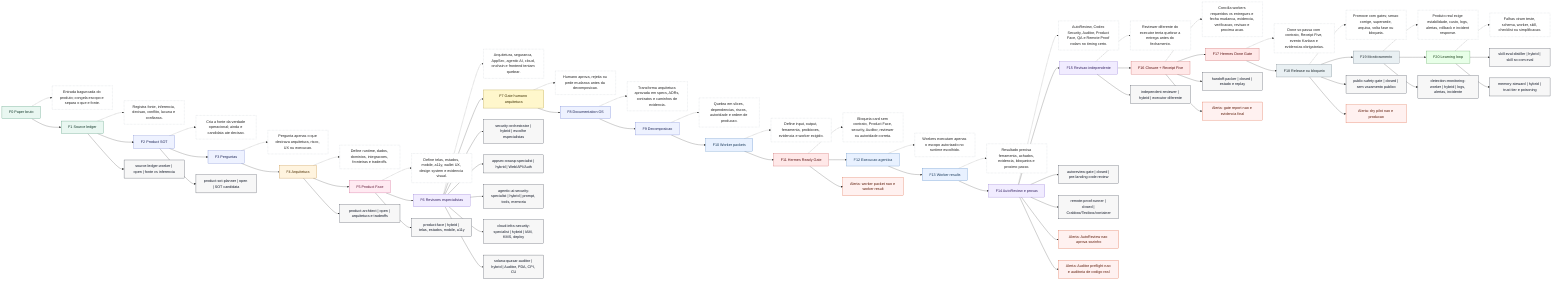
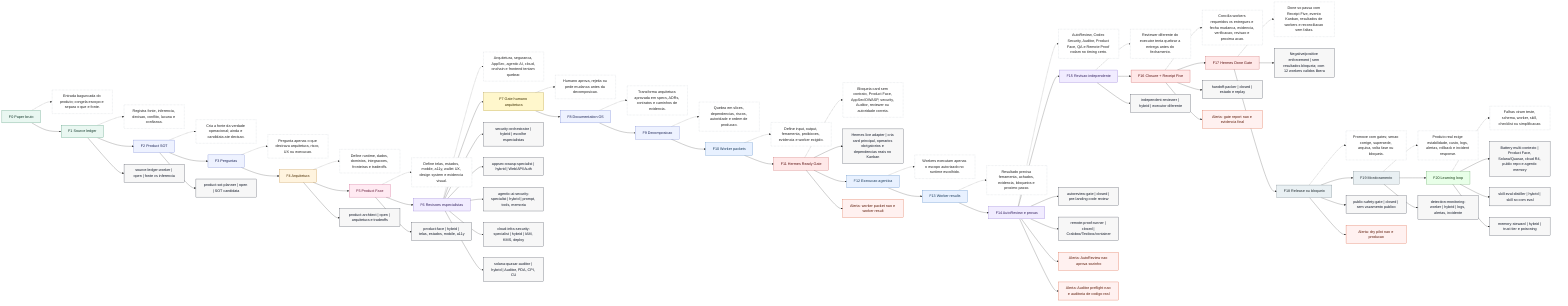
flowchart LR
  F0["F0 Paper bruto"]:::source
  F0D["Entrada baguncada do produto; congela escopo e separa o que e fonte."]:::desc
  F0 -.-> F0D
  F0 --> F1

  F1["F1 Source ledger"]:::source
  F1D["Registra fonte, inferencia, decisao, conflito, lacuna e confianca."]:::desc
  F1 -.-> F1D
  F1 --> F2

  F2["F2 Product SOT"]:::planning
  F2D["Cria a fonte da verdade operacional; ainda e candidata ate decisao."]:::desc
  F2 -.-> F2D
  F2 --> F3

  F3["F3 Perguntas"]:::planning
  F3D["Pergunta apenas o que destrava arquitetura, risco, UX ou execucao."]:::desc
  F3 -.-> F3D
  F3 --> F4

  F4["F4 Arquitetura"]:::architecture
  F4D["Define runtime, dados, dominios, integracoes, fronteiras e tradeoffs."]:::desc
  F4 -.-> F4D
  F4 --> F5

  F5["F5 Product Face"]:::face
  F5D["Define telas, estados, mobile, a11y, wallet UX, design system e evidencia visual."]:::desc
  F5 -.-> F5D
  F5 --> F6

  F6["F6 Revisoes especialistas"]:::review
  F6D["Arquitetura, seguranca, AppSec, agentic AI, cloud, onchain e frontend tentam quebrar."]:::desc
  F6 -.-> F6D
  F6 --> F7

  F7["F7 Gate humano arquitetura"]:::human
  F7D["Humano aprova, rejeita ou pede mudanca antes da decomposicao."]:::desc
  F7 -.-> F7D
  F7 --> F8

  F8["F8 Documentation OS"]:::planning
  F8D["Transforma arquitetura aprovada em specs, ADRs, contratos e caminhos de evidencia."]:::desc
  F8 -.-> F8D
  F8 --> F9

  F9["F9 Decomposicao"]:::planning
  F9D["Quebra em slices, dependencias, riscos, autoridade e ordem de producao."]:::desc
  F9 -.-> F9D
  F9 --> F10

  F10["F10 Worker packets"]:::execution
  F10D["Define input, output, ferramenta, proibicoes, evidencia e worker exigido."]:::desc
  F10 -.-> F10D
  F10 --> F11

  F11["F11 Hermes Ready Gate"]:::gate
-   F11D["Bloqueia card sem contrato, Product Face, security, Auditor, reviewer ou autoridade correta."]:::desc
+   F11D["Bloqueia card sem contrato, Product Face, AppSec/OWASP, security, Auditor, reviewer ou autoridade correta."]:::desc
  F11 -.-> F11D
+   F11 --> H1["Hermes live adapter | cria card principal, operarios obrigatorios e dependencias reais no Kanban"]:::worker
  F11 --> F12

  F12["F12 Execucao agentica"]:::execution
  F12D["Workers executam apenas o escopo autorizado no runtime escolhido."]:::desc
  F12 -.-> F12D
  F12 --> F13

  F13["F13 Worker results"]:::execution
  F13D["Resultado precisa ferramenta, achados, evidencia, bloqueios e proximo passo."]:::desc
  F13 -.-> F13D
  F13 --> F14

  F14["F14 AutoReview e provas"]:::review
  F14D["AutoReview, Codex Security, Auditor, Product Face, QA e Remote Proof rodam no timing certo."]:::desc
  F14 -.-> F14D
  F14 --> F15

  F15["F15 Revisao independente"]:::review
  F15D["Reviewer diferente do executor tenta quebrar a entrega antes do fechamento."]:::desc
  F15 -.-> F15D
  F15 --> F16

  F16["F16 Closure + Receipt Five"]:::gate
  F16D["Concilia workers requeridos vs entregues e fecha mudanca, evidencia, verificacao, revisao e proxima acao."]:::desc
  F16 -.-> F16D
  F16 --> F17

  F17["F17 Hermes Done Gate"]:::gate
-   F17D["Done so passa com contrato, Receipt Five, evento Kanban e evidencias obrigatorias."]:::desc
+   F17D["Done so passa com Receipt Five, evento Kanban, resultados de workers e reconciliacao sem faltas."]:::desc
  F17 -.-> F17D
+   F17 --> H2["Negative/positive enforcement | sem resultados bloqueia; com 12 workers validos libera"]:::worker
  F17 --> F18

  F18["F18 Release ou bloqueio"]:::release
  F18D["Promove com gates; senao corrige, supersede, arquiva, volta fase ou bloqueia."]:::desc
  F18 -.-> F18D
  F18 --> F19

  F19["F19 Monitoramento"]:::release
  F19D["Produto real exige estabilidade, custo, logs, alertas, rollback e incident response."]:::desc
  F19 -.-> F19D
  F19 --> F20

  F20["F20 Learning loop"]:::learning
  F20D["Falhas viram teste, schema, worker, skill, checklist ou simplificacao."]:::desc
  F20 -.-> F20D
+   F20 --> H3["Battery multi-contexto | Product Face, Solana/Quasar, cloud R4, public repo e agentic memory"]:::worker

  F1 --> W1["source-ledger-worker | open | fonte vs inferencia"]:::worker
  F2 --> W2["product-sot-planner | open | SOT candidata"]:::worker
  F4 --> W3["product-architect | open | arquitetura e tradeoffs"]:::worker
  F5 --> W4["product-face | hybrid | telas, estados, mobile, a11y"]:::worker
  F6 --> W5["security-orchestrator | hybrid | escolhe especialistas"]:::worker
  F6 --> W6["appsec-owasp-specialist | hybrid | Web/API/Auth"]:::worker
  F6 --> W7["agentic-ai-security-specialist | hybrid | prompt, tools, memoria"]:::worker
  F6 --> W8["cloud-infra-security-specialist | hybrid | IAM, KMS, deploy"]:::worker
  F6 --> W9["solana-quasar-auditor | hybrid | Auditor, PDA, CPI, CU"]:::worker
  F14 --> W10["autoreview-gate | closed | pre-landing code review"]:::worker
  F14 --> W11["remote-proof-runner | closed | Crabbox/Testbox/container"]:::worker
  F15 --> W12["independent-reviewer | hybrid | executor diferente"]:::worker
  F16 --> W13["handoff-packer | closed | estado e replay"]:::worker
  F18 --> W14["public-safety-gate | closed | sem vazamento publico"]:::worker
  F19 --> W15["detection-monitoring-worker | hybrid | logs, alertas, incidente"]:::worker
  F20 --> W16["skill-eval-distiller | hybrid | skill so com eval"]:::worker
  F20 --> W17["memory-steward | hybrid | trust tier e poisoning"]:::worker

  F11 --> A1["Alerta: worker packet nao e worker result"]:::alert
  F16 --> A2["Alerta: gate report nao e evidencia final"]:::alert
  F14 --> A3["Alerta: AutoReview nao aprova sozinho"]:::alert
  F14 --> A4["Alerta: Auditor preflight nao e auditoria de codigo real"]:::alert
  F18 --> A5["Alerta: dry pilot nao e producao"]:::alert

  classDef source fill:#e9f7f1,stroke:#217a54,color:#12372a;
  classDef planning fill:#eef2ff,stroke:#4f63c6,color:#1c2455;
  classDef architecture fill:#fff4df,stroke:#b36b00,color:#4a2d00;
  classDef face fill:#ffeaf2,stroke:#c23b72,color:#5f1735;
  classDef review fill:#f1ecff,stroke:#7656c9,color:#33215f;
  classDef human fill:#fff7cc,stroke:#9b7a00,color:#3d3000;
  classDef execution fill:#e8f1ff,stroke:#2e6db5,color:#173858;
  classDef gate fill:#ffe8e8,stroke:#bf3434,color:#5a1111;
  classDef release fill:#e9f0f3,stroke:#51626b,color:#202b30;
  classDef learning fill:#e8ffe8,stroke:#3b8b3b,color:#173d17;
  classDef desc fill:#ffffff,stroke:#aab3bd,color:#222222,stroke-dasharray: 3 3;
  classDef worker fill:#f7f7f7,stroke:#111827,color:#111827;
  classDef alert fill:#fff1f0,stroke:#d4380d,color:#5c1a08;
